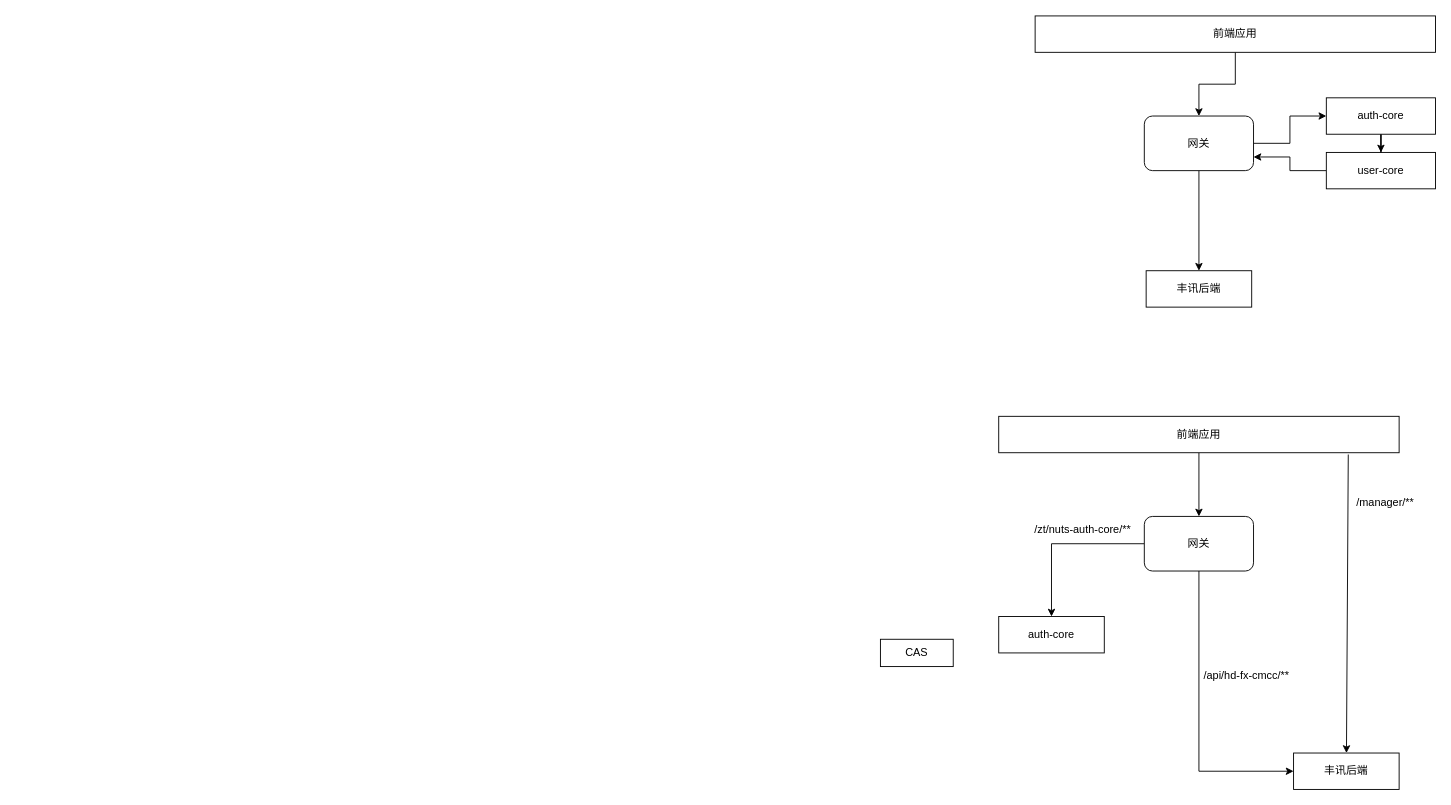
Earlier version of the draw.io diagram 服务迁移.drawio (vvhard/draw_io). Source tidied: cells renumbered, new cells numbered last; positions are measured from the earlier drawing's top-left corner, leaving out a move shared by most shapes. Both pictures are drawn from the tidied source at 91%, with x=0, y=0 at pixel (880, 15).
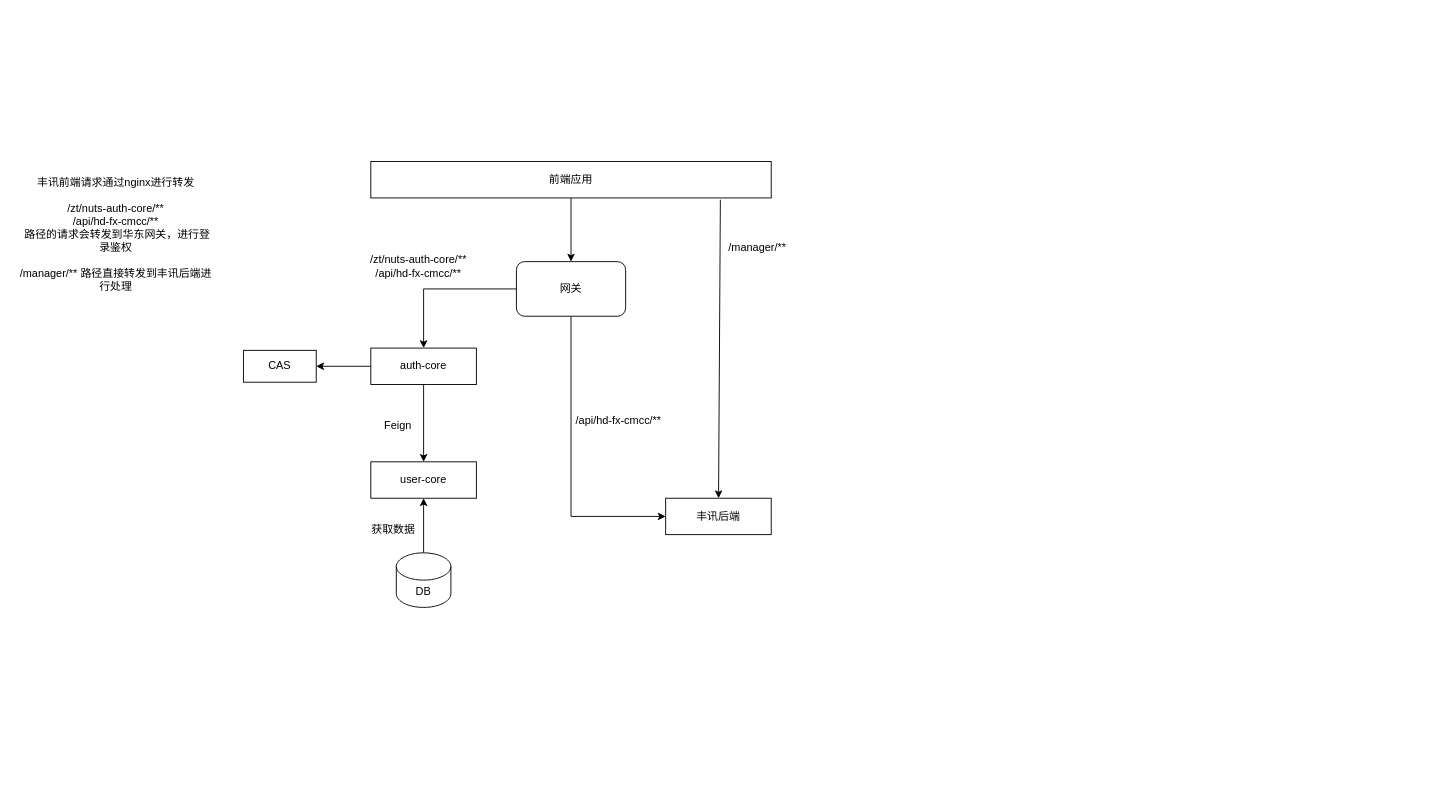
The same diagram, later.

What changed in the source:
```diff
@@
-    <mxCell id="2" style="edgeStyle=orthogonalEdgeStyle;rounded=0;jettySize=auto;html=1;exitX=0.5;exitY=1;exitDx=0;exitDy=0;entryX=0.5;entryY=0;entryDx=0;entryDy=0;" parent="1" edge="1" source="3" target="6">
-      <mxGeometry relative="1" as="geometry" />
-    </mxCell>
-    <mxCell id="3" value="前端应用" style="rounded=0;whiteSpace=wrap;html=1;" parent="1" vertex="1">
-      <mxGeometry x="170" width="440" height="40" as="geometry" />
-    </mxCell>
-    <mxCell id="4" style="edgeStyle=orthogonalEdgeStyle;rounded=0;jettySize=auto;html=1;entryX=0;entryY=0.5;entryDx=0;entryDy=0;" parent="1" edge="1" source="6" target="10">
-      <mxGeometry relative="1" as="geometry" />
-    </mxCell>
-    <mxCell id="5" style="edgeStyle=orthogonalEdgeStyle;rounded=0;jettySize=auto;html=1;entryX=0.5;entryY=0;entryDx=0;entryDy=0;" parent="1" edge="1" source="6" target="11">
-      <mxGeometry relative="1" as="geometry" />
-    </mxCell>
-    <mxCell id="6" value="网关" style="rounded=1;whiteSpace=wrap;html=1;" parent="1" vertex="1">
-      <mxGeometry x="290" y="110" width="120" height="60" as="geometry" />
-    </mxCell>
-    <mxCell id="7" style="edgeStyle=orthogonalEdgeStyle;rounded=0;jettySize=auto;html=1;entryX=1;entryY=0.75;entryDx=0;entryDy=0;" parent="1" edge="1" source="8" target="6">
-      <mxGeometry relative="1" as="geometry" />
-    </mxCell>
-    <mxCell id="8" value="user-core" style="rounded=0;whiteSpace=wrap;html=1;" parent="1" vertex="1">
-      <mxGeometry x="490" y="150" width="120" height="40" as="geometry" />
-    </mxCell>
-    <mxCell id="9" style="edgeStyle=orthogonalEdgeStyle;rounded=0;jettySize=auto;html=1;exitX=0.5;exitY=1;exitDx=0;exitDy=0;" parent="1" edge="1" source="10" target="8">
-      <mxGeometry relative="1" as="geometry" />
-    </mxCell>
-    <mxCell id="10" value="auth-core" style="rounded=0;whiteSpace=wrap;html=1;" parent="1" vertex="1">
-      <mxGeometry x="490" y="90" width="120" height="40" as="geometry" />
-    </mxCell>
-    <mxCell id="11" value="丰讯后端" style="rounded=0;whiteSpace=wrap;html=1;" parent="1" vertex="1">
-      <mxGeometry x="292" y="280" width="116" height="40" as="geometry" />
-    </mxCell>
-    <mxCell id="12" style="edgeStyle=orthogonalEdgeStyle;rounded=0;jettySize=auto;html=1;entryX=0.5;entryY=0;entryDx=0;entryDy=0;" parent="1" edge="1" source="13" target="16">
-      <mxGeometry relative="1" as="geometry" />
-    </mxCell>
-    <mxCell id="13" value="前端应用" style="rounded=0;whiteSpace=wrap;html=1;" parent="1" vertex="1">
-      <mxGeometry x="130" y="440" width="440" height="40" as="geometry" />
-    </mxCell>
-    <mxCell id="14" style="edgeStyle=orthogonalEdgeStyle;rounded=0;jettySize=auto;html=1;entryX=0;entryY=0.5;entryDx=0;entryDy=0;exitX=0.5;exitY=1;exitDx=0;exitDy=0;" parent="1" edge="1" source="16" target="17">
-      <mxGeometry relative="1" as="geometry" />
-    </mxCell>
-    <mxCell id="15" style="edgeStyle=orthogonalEdgeStyle;rounded=0;jettySize=auto;html=1;entryX=0.5;entryY=0;entryDx=0;entryDy=0;" parent="1" edge="1" source="16" target="21">
-      <mxGeometry relative="1" as="geometry" />
-    </mxCell>
-    <mxCell id="16" value="网关" style="rounded=1;whiteSpace=wrap;html=1;" parent="1" vertex="1">
-      <mxGeometry x="290" y="550" width="120" height="60" as="geometry" />
-    </mxCell>
-    <mxCell id="17" value="丰讯后端" style="rounded=0;whiteSpace=wrap;html=1;" parent="1" vertex="1">
-      <mxGeometry x="454" y="810" width="116" height="40" as="geometry" />
-    </mxCell>
-    <mxCell id="18" style="endArrow=classic;html=1;rounded=0;exitX=0.873;exitY=1.05;exitDx=0;exitDy=0;exitPerimeter=0;" parent="1" edge="1" source="13" target="17">
-      <mxGeometry relative="1" as="geometry" />
-    </mxCell>
+    <mxCell id="24" style="edgeStyle=orthogonalEdgeStyle;rounded=0;jettySize=auto;html=1;entryX=0.5;entryY=0;entryDx=0;entryDy=0;" parent="1" edge="1" source="25" target="28">
+      <mxGeometry relative="1" as="geometry" />
+    </mxCell>
+    <mxCell id="25" value="前端应用" style="rounded=0;whiteSpace=wrap;html=1;" parent="1" vertex="1">
+      <mxGeometry x="-560" y="160" width="440" height="40" as="geometry" />
+    </mxCell>
+    <mxCell id="26" style="edgeStyle=orthogonalEdgeStyle;rounded=0;jettySize=auto;html=1;entryX=0;entryY=0.5;entryDx=0;entryDy=0;exitX=0.5;exitY=1;exitDx=0;exitDy=0;" parent="1" edge="1" source="28" target="29">
+      <mxGeometry relative="1" as="geometry" />
+    </mxCell>
+    <mxCell id="27" style="edgeStyle=orthogonalEdgeStyle;rounded=0;jettySize=auto;html=1;entryX=0.5;entryY=0;entryDx=0;entryDy=0;" parent="1" edge="1" source="28" target="33">
+      <mxGeometry relative="1" as="geometry" />
+    </mxCell>
+    <mxCell id="28" value="网关" style="rounded=1;whiteSpace=wrap;html=1;" parent="1" vertex="1">
+      <mxGeometry x="-400" y="270" width="120" height="60" as="geometry" />
+    </mxCell>
+    <mxCell id="29" value="丰讯后端" style="rounded=0;whiteSpace=wrap;html=1;" parent="1" vertex="1">
+      <mxGeometry x="-236" y="530" width="116" height="40" as="geometry" />
+    </mxCell>
+    <mxCell id="30" style="endArrow=classic;html=1;rounded=0;exitX=0.873;exitY=1.05;exitDx=0;exitDy=0;exitPerimeter=0;" parent="1" edge="1" source="25" target="29">
+      <mxGeometry relative="1" as="geometry" />
+    </mxCell>
     <mxCell id="19" value="/manager/**" style="text;html=1;strokeColor=none;fillColor=none;align=center;verticalAlign=middle;whiteSpace=wrap;rounded=0;" parent="1" vertex="1">
-      <mxGeometry x="510" y="520" width="90" height="30" as="geometry" />
+      <mxGeometry x="-180" y="240" width="90" height="30" as="geometry" />
     </mxCell>
     <mxCell id="20" value="/api/hd-fx-cmcc/**" style="text;html=1;strokeColor=none;fillColor=none;align=center;verticalAlign=middle;whiteSpace=wrap;rounded=0;" parent="1" vertex="1">
-      <mxGeometry x="340" y="710" width="125" height="30" as="geometry" />
+      <mxGeometry x="-350" y="430" width="125" height="30" as="geometry" />
     </mxCell>
-    <mxCell id="21" value="auth-core" style="rounded=0;whiteSpace=wrap;html=1;" parent="1" vertex="1">
-      <mxGeometry x="130" y="660" width="116" height="40" as="geometry" />
-    </mxCell>
-    <mxCell id="22" value="/zt/nuts-auth-core/**" style="text;html=1;strokeColor=none;fillColor=none;align=center;verticalAlign=middle;whiteSpace=wrap;rounded=0;" parent="1" vertex="1">
-      <mxGeometry x="160" y="550" width="125" height="30" as="geometry" />
-    </mxCell>
+    <mxCell id="31" style="edgeStyle=orthogonalEdgeStyle;rounded=0;jettySize=auto;html=1;entryX=0.5;entryY=0;entryDx=0;entryDy=0;" parent="1" edge="1" source="33" target="8">
+      <mxGeometry relative="1" as="geometry" />
+    </mxCell>
+    <mxCell id="32" style="edgeStyle=orthogonalEdgeStyle;rounded=0;jettySize=auto;html=1;entryX=1;entryY=0.5;entryDx=0;entryDy=0;" parent="1" edge="1" source="33" target="23">
+      <mxGeometry relative="1" as="geometry" />
+    </mxCell>
+    <mxCell id="33" value="auth-core" style="rounded=0;whiteSpace=wrap;html=1;" parent="1" vertex="1">
+      <mxGeometry x="-560" y="365" width="116" height="40" as="geometry" />
+    </mxCell>
+    <mxCell id="34" value="/zt/nuts-auth-core/**&lt;br&gt;/api/hd-fx-cmcc/**" style="text;html=1;strokeColor=none;fillColor=none;align=center;verticalAlign=middle;whiteSpace=wrap;rounded=0;" parent="1" vertex="1">
+      <mxGeometry x="-580" y="260" width="145" height="30" as="geometry" />
+    </mxCell>
     <mxCell id="23" value="CAS" style="rounded=0;whiteSpace=wrap;html=1;" parent="1" vertex="1">
-      <mxGeometry y="685" width="80" height="30" as="geometry" />
+      <mxGeometry x="-700" y="367.5" width="80" height="35" as="geometry" />
     </mxCell>
+    <mxCell id="8" value="user-core" style="rounded=0;whiteSpace=wrap;html=1;" parent="1" vertex="1">
+      <mxGeometry x="-560" y="490" width="116" height="40" as="geometry" />
+    </mxCell>
+    <mxCell id="35" value="Feign" style="text;html=1;strokeColor=none;fillColor=none;align=center;verticalAlign=middle;whiteSpace=wrap;rounded=0;" parent="1" vertex="1">
+      <mxGeometry x="-550" y="435" width="40" height="30" as="geometry" />
+    </mxCell>
+    <mxCell id="36" style="edgeStyle=orthogonalEdgeStyle;rounded=0;jettySize=auto;html=1;entryX=0.5;entryY=1;entryDx=0;entryDy=0;" parent="1" edge="1" source="37" target="8">
+      <mxGeometry relative="1" as="geometry" />
+    </mxCell>
+    <mxCell id="37" value="DB" style="shape=cylinder3;whiteSpace=wrap;html=1;boundedLbl=1;backgroundOutline=1;size=15;" parent="1" vertex="1">
+      <mxGeometry x="-532" y="590" width="60" height="60" as="geometry" />
+    </mxCell>
+    <mxCell id="38" value="获取数据" style="text;html=1;strokeColor=none;fillColor=none;align=center;verticalAlign=middle;whiteSpace=wrap;rounded=0;" parent="1" vertex="1">
+      <mxGeometry x="-560" y="550" width="50" height="30" as="geometry" />
+    </mxCell>
+    <mxCell id="39" value="丰讯前端请求通过nginx进行转发&lt;br&gt;&lt;br&gt;/zt/nuts-auth-core/**&lt;br&gt;/api/hd-fx-cmcc/**&lt;br&gt;&amp;nbsp;路径的请求会转发到华东网关，进行登录鉴权&lt;br&gt;&lt;br&gt;/manager/** 路径直接转发到丰讯后端进行处理" style="text;html=1;strokeColor=none;fillColor=none;align=center;verticalAlign=middle;whiteSpace=wrap;rounded=0;" parent="1" vertex="1">
+      <mxGeometry x="-950" y="160" width="220" height="160" as="geometry" />
+    </mxCell>
```
